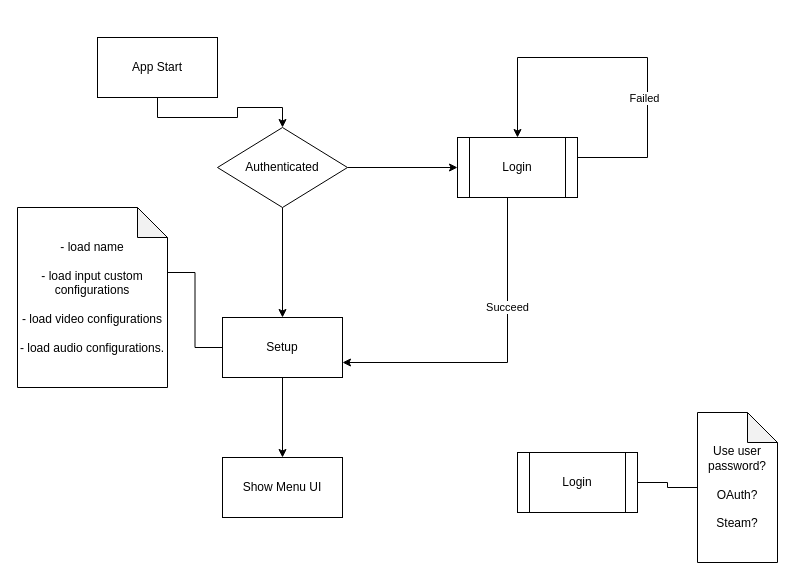
porfiriopartida/draw-io-diagrams keeps this draw.io diagram as MOBA/Client Start.drawio. Above is the earlier version. Source tidied: cells renumbered, new cells numbered last; positions are measured from the earlier drawing's top-left corner, leaving out a move shared by most shapes. Both pictures are drawn from the tidied source at 100%, with x=0, y=0 at pixel (17, 37).
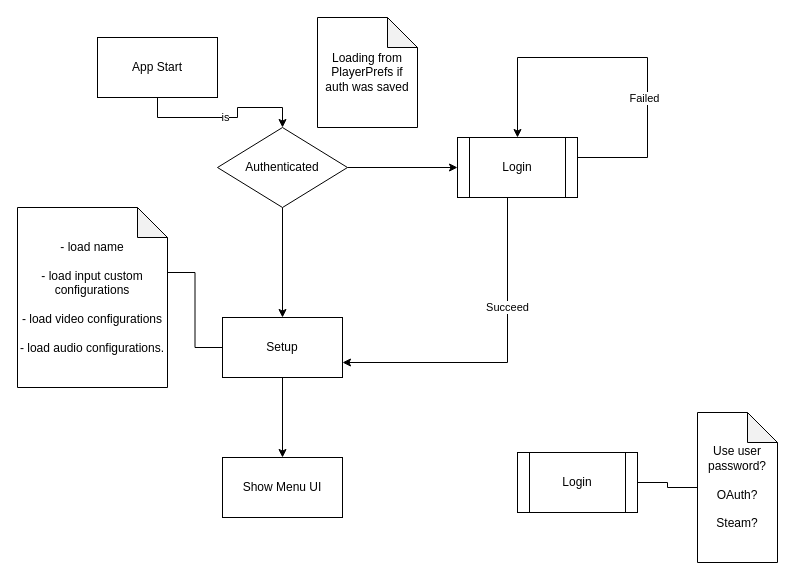
After the change.

The change refers to these unchanged cells:
```xml
<mxCell id="2" style="edgeStyle=orthogonalEdgeStyle;rounded=0;jettySize=auto;html=1;" parent="1" edge="1" source="3" target="10">
  <mxGeometry relative="1" as="geometry" />
</mxCell>
```

What changed in the source:
```diff
@@
+    <mxCell id="20" value="is" style="edgeLabel;html=1;align=center;verticalAlign=middle;" parent="2" vertex="1">
+      <mxGeometry x="-0.01" y="1" relative="1" as="geometry" />
+    </mxCell>
@@
+    <mxCell id="21" value="Loading from PlayerPrefs if auth was saved" style="shape=note;whiteSpace=wrap;html=1;backgroundOutline=1;darkOpacity=0.05;" parent="1" vertex="1">
+      <mxGeometry x="300" y="-20" width="100" height="110" as="geometry" />
+    </mxCell>
```
